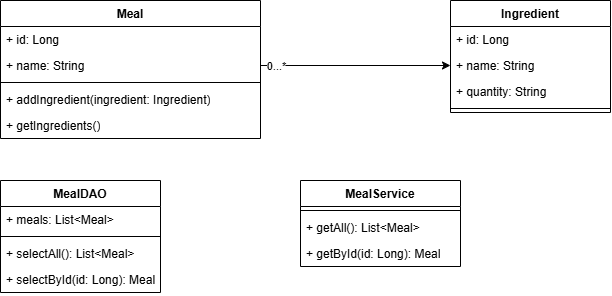
Chocolaterie/documentation keeps this draw.io diagram as docs/java/tp/img/tp_meal_02_01.png. Above is the earlier version. Source tidied: cells renumbered, new cells last; positions are measured from the earlier drawing's top-left corner, leaving out a move shared by most shapes.
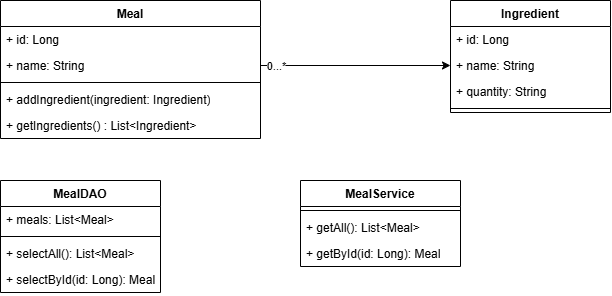
After the commit.

Change to the diagram source:
```diff
@@ -17,7 +17,7 @@
     <mxCell id="6" value="+ addIngredient(ingredient: Ingredient)" style="text;strokeColor=none;fillColor=none;align=left;verticalAlign=top;spacingLeft=4;spacingRight=4;overflow=hidden;whiteSpace=wrap;html=1;" parent="2" vertex="1">
       <mxGeometry y="86" width="260" height="26" as="geometry" />
     </mxCell>
-    <mxCell id="7" value="+ getIngredients()" style="text;strokeColor=none;fillColor=none;align=left;verticalAlign=top;spacingLeft=4;spacingRight=4;overflow=hidden;whiteSpace=wrap;html=1;" parent="2" vertex="1">
+    <mxCell id="7" value="+ getIngredients() : List&amp;lt;Ingredient&amp;gt;" style="text;strokeColor=none;fillColor=none;align=left;verticalAlign=top;spacingLeft=4;spacingRight=4;overflow=hidden;whiteSpace=wrap;html=1;" parent="2" vertex="1">
       <mxGeometry y="112" width="260" height="26" as="geometry" />
     </mxCell>
     <mxCell id="8" value="Ingredient" style="swimlane;fontStyle=1;align=center;verticalAlign=top;horizontal=1;startSize=26;whiteSpace=wrap;html=1;" parent="1" vertex="1">
```
